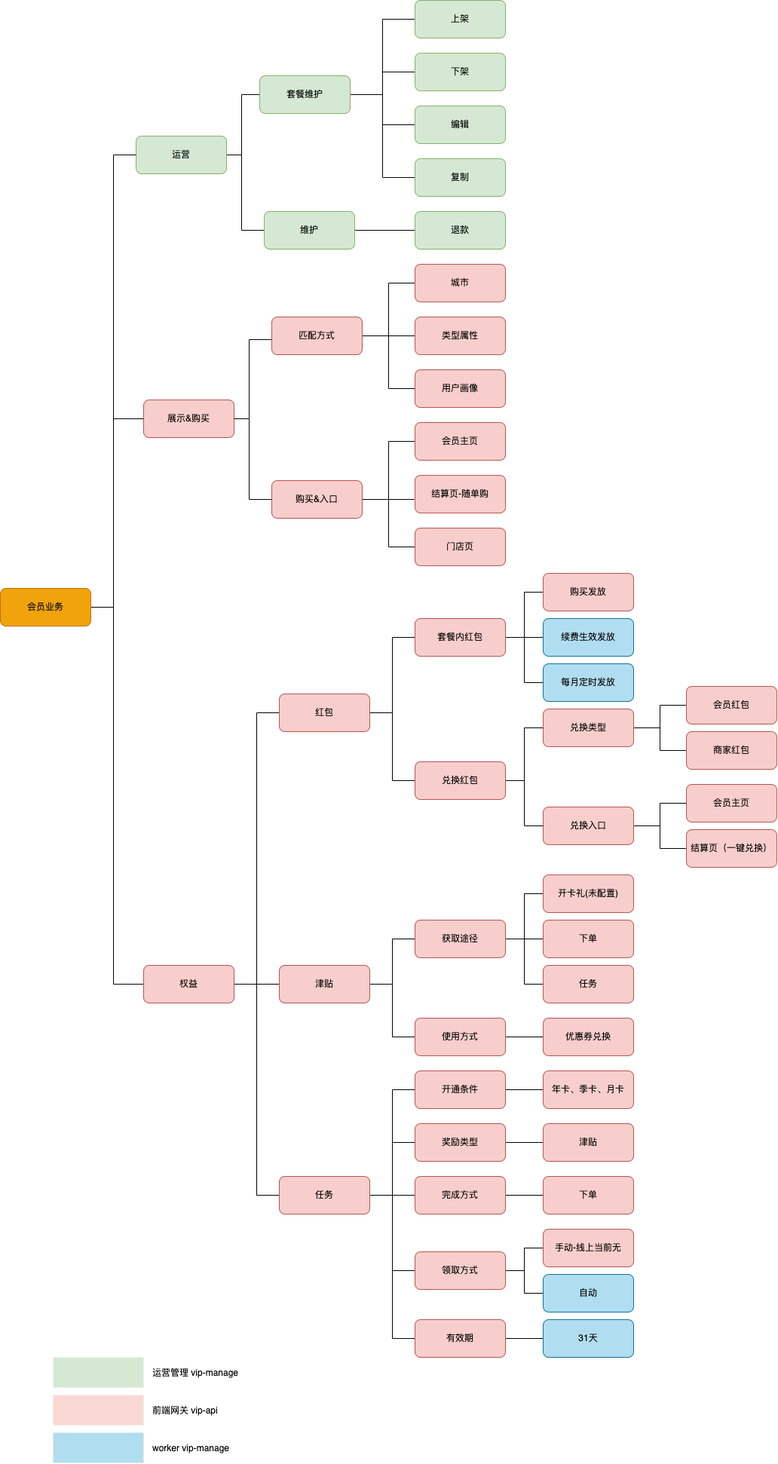
This is 会员支持业务.png from 845642761/diagram, a draw.io export, as it was before one commit. Source tidied: cells renumbered, new cells last; positions are measured from the earlier drawing's top-left corner, leaving out a move shared by most shapes.
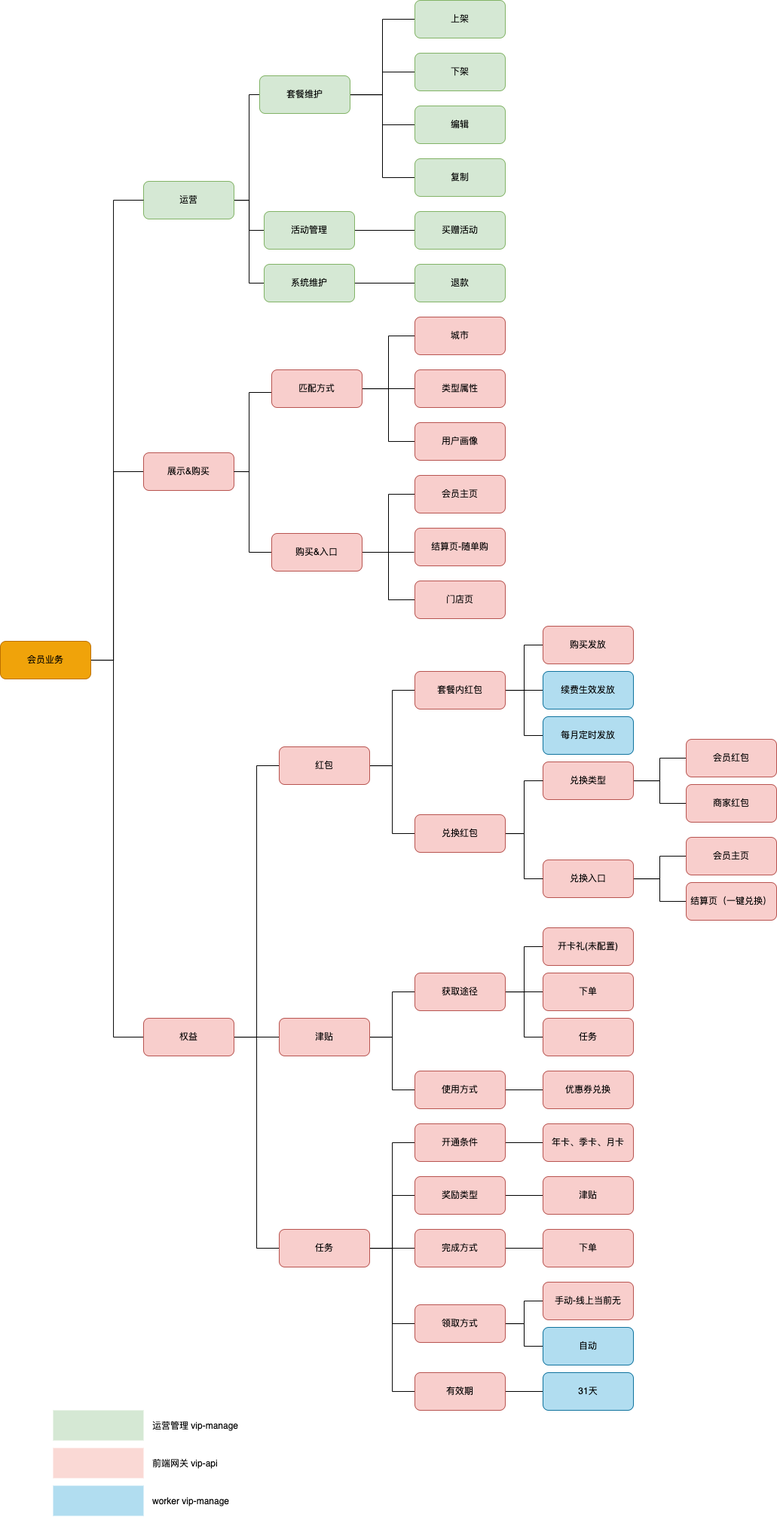
Above is the later version.

Commit message:
更新会员支持业务.png

What changed in the source:
```diff
@@ -2,27 +2,30 @@
   <root>
     <mxCell id="0" />
     <mxCell id="1" parent="0" />
-    <mxCell id="2" style="edgeStyle=orthogonalEdgeStyle;rounded=0;jettySize=auto;html=1;exitX=1;exitY=0.5;exitDx=0;exitDy=0;entryX=0;entryY=0.5;entryDx=0;entryDy=0;endArrow=none;endFill=0;" parent="1" edge="1" source="4" target="18">
+    <mxCell id="2" style="edgeStyle=orthogonalEdgeStyle;rounded=0;jettySize=auto;html=1;entryX=0;entryY=0.5;entryDx=0;entryDy=0;fontSize=12;endArrow=none;endFill=0;" parent="1" edge="1" source="4" target="18">
       <mxGeometry relative="1" as="geometry">
         <Array as="points">
-          <mxPoint x="320" y="205" />
-          <mxPoint x="320" y="125" />
+          <mxPoint x="330" y="195" />
+          <mxPoint x="330" y="55" />
         </Array>
       </mxGeometry>
     </mxCell>
+    <mxCell id="107" style="edgeStyle=orthogonalEdgeStyle;rounded=0;jettySize=auto;html=1;entryX=0;entryY=0.5;entryDx=0;entryDy=0;fontSize=12;endArrow=none;endFill=0;" parent="1" edge="1" source="4" target="109">
+      <mxGeometry relative="1" as="geometry" />
+    </mxCell>
-    <mxCell id="3" style="edgeStyle=orthogonalEdgeStyle;rounded=0;jettySize=auto;html=1;entryX=0;entryY=0.5;entryDx=0;entryDy=0;endArrow=none;endFill=0;" parent="1" edge="1" source="4" target="98">
-      <mxGeometry relative="1" as="geometry">
-        <Array as="points">
-          <mxPoint x="320" y="205" />
-          <mxPoint x="320" y="305" />
-        </Array>
-      </mxGeometry>
+    <mxCell id="3" style="edgeStyle=orthogonalEdgeStyle;rounded=0;jettySize=auto;html=1;entryX=0;entryY=0.5;entryDx=0;entryDy=0;fontSize=12;endArrow=none;endFill=0;" parent="1" edge="1" source="4" target="98">
+      <mxGeometry relative="1" as="geometry" />
     </mxCell>
     <mxCell id="4" value="运营" style="rounded=1;whiteSpace=wrap;html=1;fillColor=#d5e8d4;strokeColor=#82b366;" parent="1" vertex="1">
-      <mxGeometry x="180" y="180" width="120" height="50" as="geometry" />
+      <mxGeometry x="190" y="170" width="120" height="50" as="geometry" />
     </mxCell>
     <mxCell id="5" style="edgeStyle=orthogonalEdgeStyle;rounded=0;jettySize=auto;html=1;entryX=0;entryY=0.5;entryDx=0;entryDy=0;endArrow=none;endFill=0;" parent="1" edge="1" source="8" target="4">
-      <mxGeometry relative="1" as="geometry" />
+      <mxGeometry relative="1" as="geometry">
+        <Array as="points">
+          <mxPoint x="150" y="805" />
+          <mxPoint x="150" y="195" />
+        </Array>
+      </mxGeometry>
     </mxCell>
     <mxCell id="6" style="edgeStyle=orthogonalEdgeStyle;rounded=0;jettySize=auto;html=1;entryX=0;entryY=0.5;entryDx=0;entryDy=0;endArrow=none;endFill=0;exitX=1;exitY=0.5;exitDx=0;exitDy=0;" parent="1" edge="1" source="8" target="12">
       <mxGeometry relative="1" as="geometry">
@@ -71,19 +74,19 @@
       <mxGeometry relative="1" as="geometry" />
     </mxCell>
     <mxCell id="18" value="套餐维护" style="rounded=1;whiteSpace=wrap;html=1;fillColor=#d5e8d4;strokeColor=#82b366;" parent="1" vertex="1">
-      <mxGeometry x="344" y="100" width="120" height="50" as="geometry" />
+      <mxGeometry x="344" y="30" width="120" height="50" as="geometry" />
     </mxCell>
     <mxCell id="19" value="上架" style="rounded=1;whiteSpace=wrap;html=1;fillColor=#d5e8d4;strokeColor=#82b366;" parent="1" vertex="1">
-      <mxGeometry x="550" width="120" height="50" as="geometry" />
+      <mxGeometry x="550" y="-70" width="120" height="50" as="geometry" />
     </mxCell>
     <mxCell id="20" value="复制" style="rounded=1;whiteSpace=wrap;html=1;fillColor=#d5e8d4;strokeColor=#82b366;" parent="1" vertex="1">
-      <mxGeometry x="550" y="210" width="120" height="50" as="geometry" />
+      <mxGeometry x="550" y="140" width="120" height="50" as="geometry" />
     </mxCell>
     <mxCell id="21" value="编辑" style="rounded=1;whiteSpace=wrap;html=1;fillColor=#d5e8d4;strokeColor=#82b366;" parent="1" vertex="1">
-      <mxGeometry x="550" y="140" width="120" height="50" as="geometry" />
+      <mxGeometry x="550" y="70" width="120" height="50" as="geometry" />
     </mxCell>
     <mxCell id="22" value="下架" style="rounded=1;whiteSpace=wrap;html=1;fillColor=#d5e8d4;strokeColor=#82b366;" parent="1" vertex="1">
-      <mxGeometry x="550" y="70" width="120" height="50" as="geometry" />
+      <mxGeometry x="550" width="120" height="50" as="geometry" />
     </mxCell>
     <mxCell id="23" style="edgeStyle=orthogonalEdgeStyle;rounded=0;jettySize=auto;html=1;entryX=0;entryY=0.5;entryDx=0;entryDy=0;endArrow=none;endFill=0;exitX=1;exitY=0.5;exitDx=0;exitDy=0;" parent="1" edge="1" source="13" target="37">
       <mxGeometry relative="1" as="geometry">
@@ -321,7 +324,7 @@
     <mxCell id="97" style="edgeStyle=orthogonalEdgeStyle;rounded=0;jettySize=auto;html=1;entryX=0;entryY=0.5;entryDx=0;entryDy=0;endArrow=none;endFill=0;" parent="1" edge="1" source="98" target="99">
       <mxGeometry relative="1" as="geometry" />
     </mxCell>
-    <mxCell id="98" value="维护" style="rounded=1;whiteSpace=wrap;html=1;fillColor=#d5e8d4;strokeColor=#82b366;" parent="1" vertex="1">
+    <mxCell id="98" value="系统维护" style="rounded=1;whiteSpace=wrap;html=1;fillColor=#d5e8d4;strokeColor=#82b366;" parent="1" vertex="1">
       <mxGeometry x="350" y="280" width="120" height="50" as="geometry" />
     </mxCell>
     <mxCell id="99" value="退款" style="rounded=1;whiteSpace=wrap;html=1;fillColor=#d5e8d4;strokeColor=#82b366;" parent="1" vertex="1">
@@ -348,5 +351,14 @@
     <mxCell id="106" value="每月定时发放" style="rounded=1;whiteSpace=wrap;html=1;fillColor=#b1ddf0;strokeColor=#10739e;" parent="1" vertex="1">
       <mxGeometry x="720" y="880" width="120" height="50" as="geometry" />
     </mxCell>
+    <mxCell id="108" style="edgeStyle=orthogonalEdgeStyle;rounded=0;jettySize=auto;html=1;entryX=0;entryY=0.5;entryDx=0;entryDy=0;fontSize=12;endArrow=none;endFill=0;" parent="1" edge="1" source="109" target="110">
+      <mxGeometry relative="1" as="geometry" />
+    </mxCell>
+    <mxCell id="109" value="活动管理" style="rounded=1;whiteSpace=wrap;html=1;fillColor=#d5e8d4;strokeColor=#82b366;" parent="1" vertex="1">
+      <mxGeometry x="350" y="210" width="120" height="50" as="geometry" />
+    </mxCell>
+    <mxCell id="110" value="买赠活动" style="rounded=1;whiteSpace=wrap;html=1;fillColor=#d5e8d4;strokeColor=#82b366;" parent="1" vertex="1">
+      <mxGeometry x="550" y="210" width="120" height="50" as="geometry" />
+    </mxCell>
   </root>
 </mxGraphModel>
```
